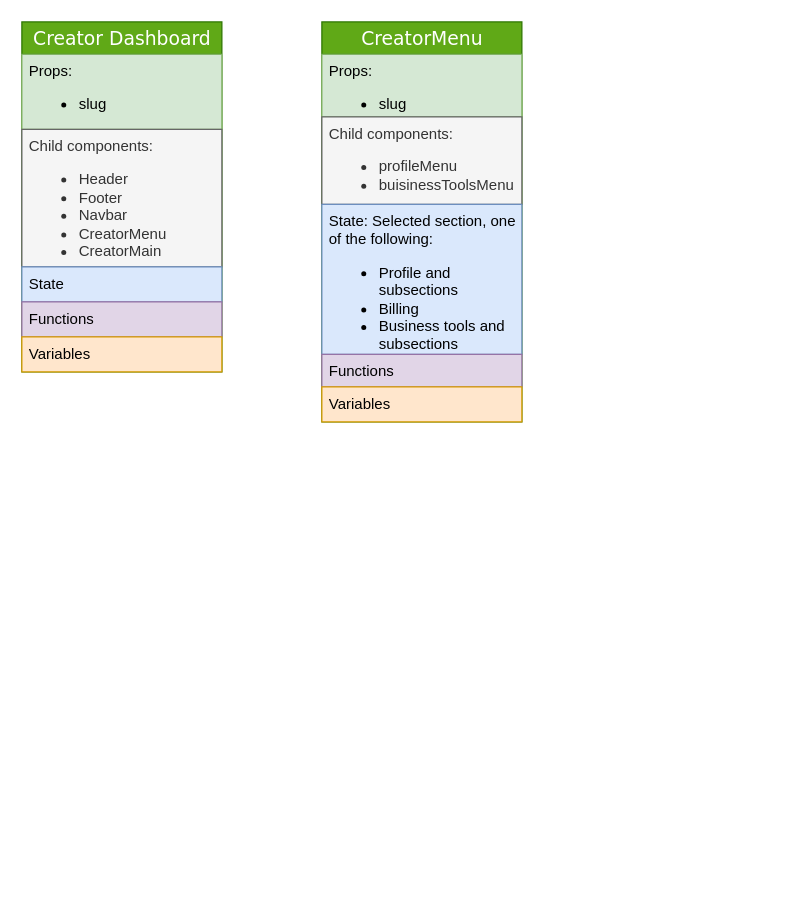
Evolving-Software/wim-uml keeps this draw.io diagram as page "Creator Dashboard Flow" (3 of 3) of project-files/wim-frontend-component-architeture.drawio. Above is the earlier version. Source tidied: cells renumbered, new cells numbered last; positions are measured from the earlier drawing's top-left corner, leaving out a move shared by most shapes. Both pictures are drawn from the tidied source at 125%, with x=0, y=0 at pixel (21, 21).
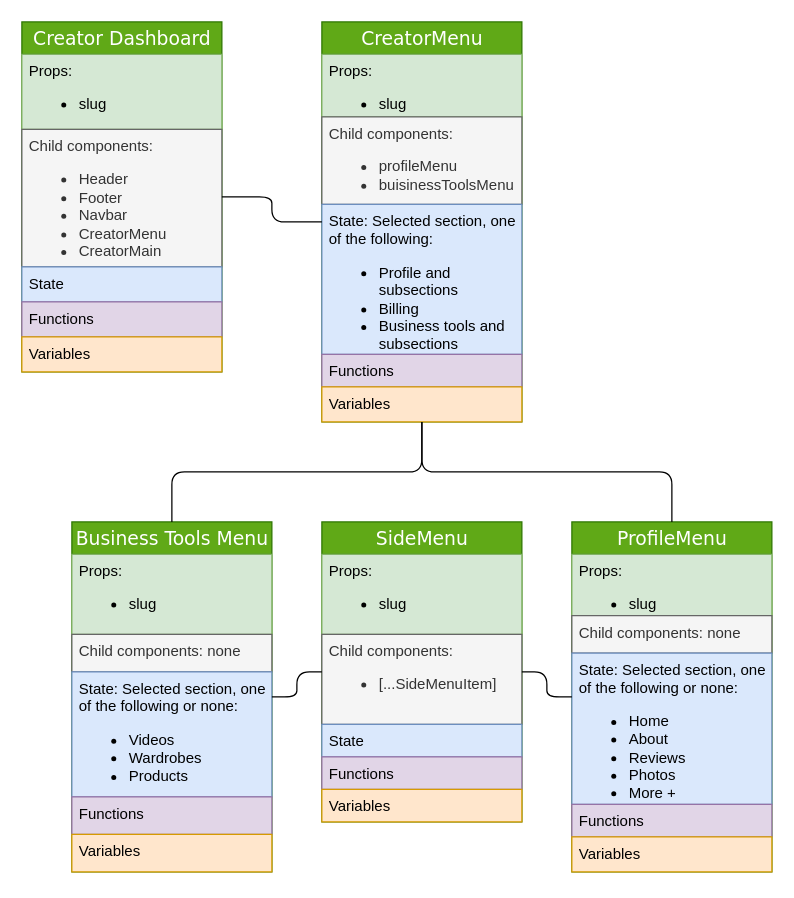
Above is the later version.

Unchanged cells that the change refers to:
```xml
<mxCell id="2" value="Creator Dashboard" style="swimlane;html=1;fontStyle=0;horizontal=1;startSize=26;fillColor=#60a917;swimlaneFillColor=#ffffff;rounded=0;shadow=0;comic=0;labelBackgroundColor=none;strokeWidth=1;fontFamily=Verdana;fontSize=15;align=center;strokeColor=#2D7600;fontColor=#ffffff;" parent="1" vertex="1">
  <mxGeometry width="160" height="280" as="geometry" />
</mxCell>
<mxCell id="8" value="CreatorMenu" style="swimlane;html=1;fontStyle=0;horizontal=1;startSize=26;fillColor=#60a917;swimlaneFillColor=#ffffff;rounded=0;shadow=0;comic=0;labelBackgroundColor=none;strokeWidth=1;fontFamily=Verdana;fontSize=15;align=center;strokeColor=#2D7600;fontColor=#ffffff;" parent="1" vertex="1">
  <mxGeometry x="240" width="160" height="320" as="geometry" />
</mxCell>
```

Diff of the diagram source:
```diff
@@
+    <mxCell id="14" value="ProfileMenu" style="swimlane;html=1;fontStyle=0;horizontal=1;startSize=26;fillColor=#60a917;swimlaneFillColor=#ffffff;rounded=0;shadow=0;comic=0;labelBackgroundColor=none;strokeWidth=1;fontFamily=Verdana;fontSize=15;align=center;strokeColor=#2D7600;fontColor=#ffffff;" parent="1" vertex="1">
+      <mxGeometry x="440" y="400" width="160" height="280" as="geometry" />
+    </mxCell>
+    <mxCell id="15" value="Props:&lt;br&gt;&lt;ul&gt;&lt;li&gt;slug&lt;/li&gt;&lt;/ul&gt;" style="text;html=1;strokeColor=#82b366;align=left;verticalAlign=top;spacingLeft=4;spacingRight=4;whiteSpace=wrap;overflow=hidden;sketch=0;rounded=0;fillColor=#d5e8d4;" parent="14" vertex="1">
+      <mxGeometry y="26" width="160" height="49" as="geometry" />
+    </mxCell>
+    <mxCell id="16" value="&lt;div&gt;Child components: none&lt;/div&gt;" style="text;html=1;strokeColor=#666666;align=left;verticalAlign=top;spacingLeft=4;spacingRight=4;whiteSpace=wrap;overflow=hidden;sketch=0;rounded=0;fillColor=#f5f5f5;fontColor=#333333;" parent="14" vertex="1">
+      <mxGeometry y="75" width="160" height="30" as="geometry" />
+    </mxCell>
+    <mxCell id="17" value="State: Selected section, one of the following or none:&lt;br&gt;&lt;ul&gt;&lt;li&gt;Home&lt;/li&gt;&lt;li&gt;About&lt;/li&gt;&lt;li&gt;Reviews&lt;/li&gt;&lt;li&gt;Photos&lt;/li&gt;&lt;li&gt;More +&lt;/li&gt;&lt;/ul&gt;" style="text;html=1;strokeColor=#6c8ebf;fillColor=#dae8fc;align=left;verticalAlign=top;spacingLeft=4;spacingRight=4;whiteSpace=wrap;overflow=hidden;" parent="14" vertex="1">
+      <mxGeometry y="105" width="160" height="121" as="geometry" />
+    </mxCell>
+    <mxCell id="18" value="Functions&lt;br&gt;" style="text;html=1;strokeColor=#9673a6;fillColor=#e1d5e7;align=left;verticalAlign=top;spacingLeft=4;spacingRight=4;whiteSpace=wrap;overflow=hidden;" parent="14" vertex="1">
+      <mxGeometry y="226" width="160" height="26" as="geometry" />
+    </mxCell>
+    <mxCell id="19" value="Variables&amp;nbsp;" style="text;html=1;strokeColor=#d79b00;fillColor=#ffe6cc;align=left;verticalAlign=top;spacingLeft=4;spacingRight=4;whiteSpace=wrap;overflow=hidden;" parent="14" vertex="1">
+      <mxGeometry y="252" width="160" height="28" as="geometry" />
+    </mxCell>
+    <mxCell id="20" value="Business Tools Menu" style="swimlane;html=1;fontStyle=0;horizontal=1;startSize=26;fillColor=#60a917;swimlaneFillColor=#ffffff;rounded=0;shadow=0;comic=0;labelBackgroundColor=none;strokeWidth=1;fontFamily=Verdana;fontSize=15;align=center;strokeColor=#2D7600;fontColor=#ffffff;" parent="1" vertex="1">
+      <mxGeometry x="40" y="400" width="160" height="280" as="geometry" />
+    </mxCell>
+    <mxCell id="21" value="Props:&lt;br&gt;&lt;ul&gt;&lt;li&gt;slug&lt;/li&gt;&lt;/ul&gt;" style="text;html=1;strokeColor=#82b366;align=left;verticalAlign=top;spacingLeft=4;spacingRight=4;whiteSpace=wrap;overflow=hidden;sketch=0;rounded=0;fillColor=#d5e8d4;" parent="20" vertex="1">
+      <mxGeometry y="26" width="160" height="64" as="geometry" />
+    </mxCell>
+    <mxCell id="22" value="&lt;div&gt;Child components: none&lt;/div&gt;" style="text;html=1;strokeColor=#666666;align=left;verticalAlign=top;spacingLeft=4;spacingRight=4;whiteSpace=wrap;overflow=hidden;sketch=0;rounded=0;fillColor=#f5f5f5;fontColor=#333333;" parent="20" vertex="1">
+      <mxGeometry y="90" width="160" height="30" as="geometry" />
+    </mxCell>
+    <mxCell id="23" value="State: Selected section, one of the following or none:&amp;nbsp;&lt;br&gt;&lt;ul&gt;&lt;li&gt;Videos&lt;/li&gt;&lt;li&gt;Wardrobes&lt;/li&gt;&lt;li&gt;Products&lt;/li&gt;&lt;/ul&gt;" style="text;html=1;strokeColor=#6c8ebf;fillColor=#dae8fc;align=left;verticalAlign=top;spacingLeft=4;spacingRight=4;whiteSpace=wrap;overflow=hidden;" parent="20" vertex="1">
+      <mxGeometry y="120" width="160" height="100" as="geometry" />
+    </mxCell>
+    <mxCell id="24" value="Functions&lt;br&gt;" style="text;html=1;strokeColor=#9673a6;fillColor=#e1d5e7;align=left;verticalAlign=top;spacingLeft=4;spacingRight=4;whiteSpace=wrap;overflow=hidden;" parent="20" vertex="1">
+      <mxGeometry y="220" width="160" height="30" as="geometry" />
+    </mxCell>
+    <mxCell id="25" value="Variables&amp;nbsp;" style="text;html=1;strokeColor=#d79b00;fillColor=#ffe6cc;align=left;verticalAlign=top;spacingLeft=4;spacingRight=4;whiteSpace=wrap;overflow=hidden;" parent="20" vertex="1">
+      <mxGeometry y="250" width="160" height="30" as="geometry" />
+    </mxCell>
+    <mxCell id="26" style="endArrow=none;html=1;edgeStyle=orthogonalEdgeStyle;" parent="1" edge="1" source="8" target="2">
+      <mxGeometry relative="1" as="geometry" />
+    </mxCell>
+    <mxCell id="27" style="endArrow=none;html=1;edgeStyle=orthogonalEdgeStyle;" parent="1" edge="1" source="14" target="8">
+      <mxGeometry relative="1" as="geometry">
+        <Array as="points">
+          <mxPoint x="520" y="360" />
+          <mxPoint x="320" y="360" />
+        </Array>
+      </mxGeometry>
+    </mxCell>
+    <mxCell id="28" style="endArrow=none;html=1;edgeStyle=orthogonalEdgeStyle;" parent="1" edge="1" source="20" target="8">
+      <mxGeometry relative="1" as="geometry">
+        <Array as="points">
+          <mxPoint x="120" y="360" />
+          <mxPoint x="320" y="360" />
+        </Array>
+      </mxGeometry>
+    </mxCell>
+    <mxCell id="29" value="SideMenu" style="swimlane;html=1;fontStyle=0;horizontal=1;startSize=26;fillColor=#60a917;swimlaneFillColor=#ffffff;rounded=0;shadow=0;comic=0;labelBackgroundColor=none;strokeWidth=1;fontFamily=Verdana;fontSize=15;align=center;strokeColor=#2D7600;fontColor=#ffffff;" parent="1" vertex="1">
+      <mxGeometry x="240" y="400" width="160" height="240" as="geometry" />
+    </mxCell>
+    <mxCell id="30" value="Props:&lt;br&gt;&lt;ul&gt;&lt;li&gt;slug&lt;/li&gt;&lt;/ul&gt;" style="text;html=1;strokeColor=#82b366;align=left;verticalAlign=top;spacingLeft=4;spacingRight=4;whiteSpace=wrap;overflow=hidden;sketch=0;rounded=0;fillColor=#d5e8d4;" parent="29" vertex="1">
+      <mxGeometry y="26" width="160" height="64" as="geometry" />
+    </mxCell>
+    <mxCell id="31" value="Child components:&lt;br&gt;&lt;ul&gt;&lt;li&gt;[...SideMenuItem]&lt;/li&gt;&lt;/ul&gt;" style="text;html=1;strokeColor=#666666;align=left;verticalAlign=top;spacingLeft=4;spacingRight=4;whiteSpace=wrap;overflow=hidden;sketch=0;rounded=0;fillColor=#f5f5f5;fontColor=#333333;" parent="29" vertex="1">
+      <mxGeometry y="90" width="160" height="72" as="geometry" />
+    </mxCell>
+    <mxCell id="32" value="State" style="text;html=1;strokeColor=#6c8ebf;fillColor=#dae8fc;align=left;verticalAlign=top;spacingLeft=4;spacingRight=4;whiteSpace=wrap;overflow=hidden;" parent="29" vertex="1">
+      <mxGeometry y="162" width="160" height="26" as="geometry" />
+    </mxCell>
+    <mxCell id="33" value="Functions&lt;br&gt;" style="text;html=1;strokeColor=#9673a6;fillColor=#e1d5e7;align=left;verticalAlign=top;spacingLeft=4;spacingRight=4;whiteSpace=wrap;overflow=hidden;" parent="29" vertex="1">
+      <mxGeometry y="188" width="160" height="26" as="geometry" />
+    </mxCell>
+    <mxCell id="34" value="Variables&amp;nbsp;" style="text;html=1;strokeColor=#d79b00;fillColor=#ffe6cc;align=left;verticalAlign=top;spacingLeft=4;spacingRight=4;whiteSpace=wrap;overflow=hidden;" parent="29" vertex="1">
+      <mxGeometry y="214" width="160" height="26" as="geometry" />
+    </mxCell>
+    <mxCell id="35" style="endArrow=none;html=1;edgeStyle=orthogonalEdgeStyle;" parent="1" edge="1" source="29" target="20">
+      <mxGeometry relative="1" as="geometry" />
+    </mxCell>
+    <mxCell id="36" style="endArrow=none;html=1;edgeStyle=orthogonalEdgeStyle;" parent="1" edge="1" source="29" target="14">
+      <mxGeometry relative="1" as="geometry" />
+    </mxCell>
```
